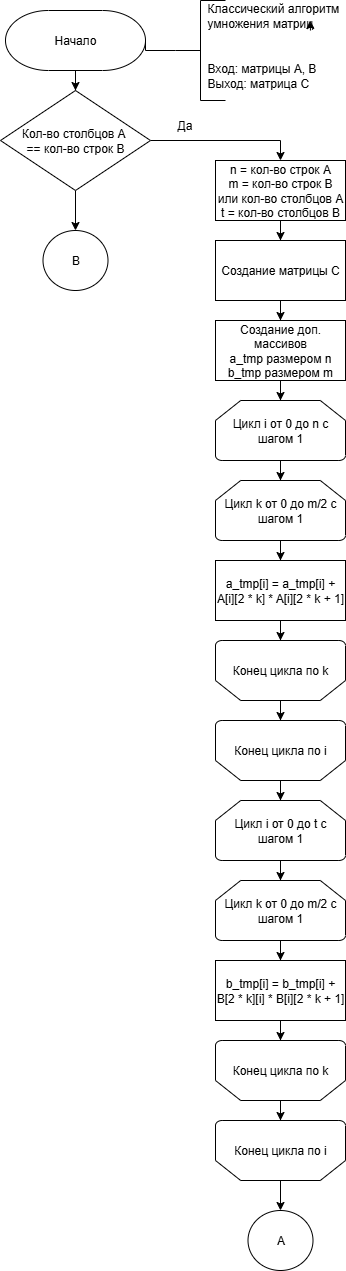
Above: Labs/lab_01/report/images/vinograd_scheme_1.png in Pricolistok/Algorithm-analysis (draw.io), before the change. Source tidied: cells renumbered, new cells last; positions are measured from the earlier drawing's top-left corner, leaving out a move shared by most shapes.
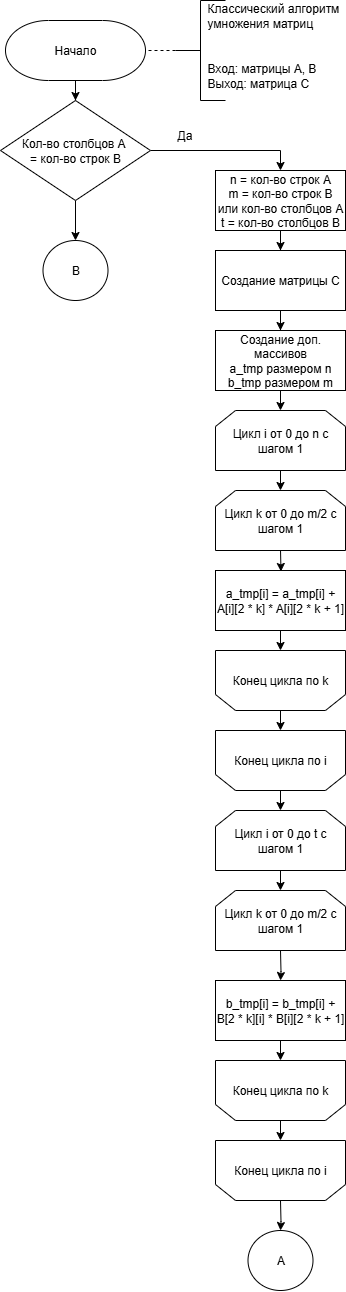
After the change.

What changed in the source:
```diff
@@ -14,7 +14,7 @@
     <mxCell id="5" style="edgeStyle=orthogonalEdgeStyle;rounded=0;jettySize=auto;html=1;strokeWidth=1;" parent="1" edge="1" source="6" target="38">
       <mxGeometry relative="1" as="geometry" />
     </mxCell>
-    <mxCell id="6" value="Кол-во столбцов А&amp;nbsp;&lt;div&gt;== кол-во строк В&lt;/div&gt;" style="strokeWidth=1;html=1;shape=mxgraph.flowchart.decision;whiteSpace=wrap;" parent="1" vertex="1">
+    <mxCell id="6" value="Кол-во столбцов А&amp;nbsp;&lt;div&gt;= кол-во строк В&lt;/div&gt;" style="strokeWidth=1;html=1;shape=mxgraph.flowchart.decision;whiteSpace=wrap;" parent="1" vertex="1">
       <mxGeometry y="90" width="150" height="100" as="geometry" />
     </mxCell>
     <mxCell id="7" style="edgeStyle=orthogonalEdgeStyle;rounded=0;jettySize=auto;html=1;strokeWidth=1;" parent="1" edge="1" source="8" target="10">
@@ -29,44 +29,36 @@
     <mxCell id="10" value="Создание матрицы С" style="rounded=0;whiteSpace=wrap;html=1;strokeWidth=1;" parent="1" vertex="1">
       <mxGeometry x="215" y="240" width="130" height="60" as="geometry" />
     </mxCell>
-    <mxCell id="11" value="Цикл i от 0 до n с шагом 1" style="strokeWidth=1;html=1;shape=mxgraph.flowchart.loop_limit;whiteSpace=wrap;" parent="1" vertex="1">
-      <mxGeometry x="215" y="400" width="130" height="60" as="geometry" />
-    </mxCell>
-    <mxCell id="12" style="edgeStyle=orthogonalEdgeStyle;rounded=0;jettySize=auto;html=1;strokeWidth=1;" parent="1" edge="1" source="13" target="15">
-      <mxGeometry relative="1" as="geometry" />
+    <mxCell id="12" style="edgeStyle=orthogonalEdgeStyle;rounded=0;jettySize=auto;html=1;strokeWidth=1;" parent="1" edge="1" target="15">
+      <mxGeometry relative="1" as="geometry">
+        <mxPoint x="280" y="540" as="sourcePoint" />
+      </mxGeometry>
     </mxCell>
-    <mxCell id="13" value="Цикл k от 0 до m/2 с шагом 1" style="strokeWidth=1;html=1;shape=mxgraph.flowchart.loop_limit;whiteSpace=wrap;" parent="1" vertex="1">
-      <mxGeometry x="215" y="480" width="130" height="60" as="geometry" />
-    </mxCell>
-    <mxCell id="14" style="edgeStyle=orthogonalEdgeStyle;rounded=0;jettySize=auto;html=1;strokeWidth=1;" parent="1" edge="1" source="15" target="17">
-      <mxGeometry relative="1" as="geometry" />
+    <mxCell id="14" style="edgeStyle=orthogonalEdgeStyle;rounded=0;jettySize=auto;html=1;strokeWidth=1;" parent="1" edge="1" source="15">
+      <mxGeometry relative="1" as="geometry">
+        <mxPoint x="280" y="640" as="targetPoint" />
+      </mxGeometry>
     </mxCell>
     <mxCell id="15" value="a_tmp[i] = a_tmp[i] + A[i][2 * k] * A[i][2 * k + 1]" style="rounded=0;whiteSpace=wrap;html=1;strokeWidth=1;" parent="1" vertex="1">
       <mxGeometry x="215" y="560" width="130" height="60" as="geometry" />
     </mxCell>
-    <mxCell id="16" style="edgeStyle=orthogonalEdgeStyle;rounded=0;jettySize=auto;html=1;strokeWidth=1;" parent="1" edge="1" source="17" target="18">
-      <mxGeometry relative="1" as="geometry" />
+    <mxCell id="16" style="edgeStyle=orthogonalEdgeStyle;rounded=0;orthogonalLoop=1;jettySize=auto;html=1;strokeWidth=1;" parent="1" edge="1">
+      <mxGeometry relative="1" as="geometry">
+        <mxPoint x="280" y="700" as="sourcePoint" />
+        <mxPoint x="280" y="720" as="targetPoint" />
+      </mxGeometry>
     </mxCell>
-    <mxCell id="17" value="Конец цикла по k" style="strokeWidth=1;html=1;shape=mxgraph.flowchart.loop_limit;whiteSpace=wrap;flipV=1;" parent="1" vertex="1">
-      <mxGeometry x="215" y="640" width="130" height="60" as="geometry" />
-    </mxCell>
-    <mxCell id="18" value="Конец цикла по i" style="strokeWidth=1;html=1;shape=mxgraph.flowchart.loop_limit;whiteSpace=wrap;flipV=1;" parent="1" vertex="1">
-      <mxGeometry x="215" y="720" width="130" height="60" as="geometry" />
-    </mxCell>
     <mxCell id="19" style="strokeWidth=1;html=1;shape=mxgraph.flowchart.annotation_2;align=left;labelPosition=right;" parent="1" vertex="1">
-      <mxGeometry x="175" width="50" height="100" as="geometry" />
+      <mxGeometry x="175" y="-10" width="50" height="100" as="geometry" />
     </mxCell>
-    <mxCell id="20" style="edgeStyle=orthogonalEdgeStyle;rounded=0;jettySize=auto;html=1;exitX=0;exitY=0.5;exitDx=0;exitDy=0;exitPerimeter=0;entryX=1;entryY=0.5;entryDx=0;entryDy=0;entryPerimeter=0;endArrow=none;endFill=0;strokeWidth=1;" parent="1" edge="1" source="19" target="3">
+    <mxCell id="20" style="edgeStyle=orthogonalEdgeStyle;rounded=0;jettySize=auto;html=1;exitX=0;exitY=0.5;exitDx=0;exitDy=0;exitPerimeter=0;entryX=1;entryY=0.5;entryDx=0;entryDy=0;entryPerimeter=0;endArrow=none;endFill=0;strokeWidth=1;dashed=1;" parent="1" edge="1" source="19" target="3">
       <mxGeometry relative="1" as="geometry" />
     </mxCell>
     <mxCell id="21" value="Классический алгоритм умножения матриц" style="text;strokeColor=none;align=left;fillColor=none;html=1;verticalAlign=middle;whiteSpace=wrap;rounded=0;strokeWidth=1;" parent="1" vertex="1">
-      <mxGeometry x="205" width="140" height="30" as="geometry" />
+      <mxGeometry x="205" y="-10" width="140" height="30" as="geometry" />
     </mxCell>
-    <mxCell id="22" style="edgeStyle=orthogonalEdgeStyle;rounded=0;orthogonalLoop=1;jettySize=auto;html=1;exitX=0.75;exitY=1;exitDx=0;exitDy=0;entryX=0.747;entryY=0.667;entryDx=0;entryDy=0;entryPerimeter=0;strokeWidth=1;" parent="1" edge="1" source="21" target="21">
-      <mxGeometry relative="1" as="geometry" />
-    </mxCell>
     <mxCell id="23" value="Вход: матрицы А, В&lt;div&gt;Выход: матрица С&lt;/div&gt;" style="text;strokeColor=none;align=left;fillColor=none;html=1;verticalAlign=middle;whiteSpace=wrap;rounded=0;strokeWidth=1;" parent="1" vertex="1">
-      <mxGeometry x="205" y="60" width="140" height="30" as="geometry" />
+      <mxGeometry x="205" y="50" width="140" height="30" as="geometry" />
     </mxCell>
     <mxCell id="24" value="Да" style="text;strokeColor=none;align=left;fillColor=none;html=1;verticalAlign=middle;whiteSpace=wrap;rounded=0;strokeWidth=1;" parent="1" vertex="1">
       <mxGeometry x="175" y="110" width="30" height="30" as="geometry" />
@@ -74,50 +66,82 @@
     <mxCell id="25" value="Создание доп. массивов&lt;div&gt;a_tmp размером n&lt;/div&gt;&lt;div&gt;b_tmp размером m&lt;/div&gt;" style="rounded=0;whiteSpace=wrap;html=1;strokeWidth=1;" parent="1" vertex="1">
       <mxGeometry x="215" y="320" width="130" height="60" as="geometry" />
     </mxCell>
-    <mxCell id="26" style="edgeStyle=orthogonalEdgeStyle;rounded=0;jettySize=auto;html=1;entryX=0.5;entryY=0;entryDx=0;entryDy=0;entryPerimeter=0;strokeWidth=1;" parent="1" edge="1" source="25" target="11">
-      <mxGeometry relative="1" as="geometry" />
+    <mxCell id="26" style="edgeStyle=orthogonalEdgeStyle;rounded=0;jettySize=auto;html=1;entryX=0.5;entryY=0;entryDx=0;entryDy=0;entryPerimeter=0;strokeWidth=1;" parent="1" edge="1" source="25">
+      <mxGeometry relative="1" as="geometry">
+        <mxPoint x="280" y="400" as="targetPoint" />
+      </mxGeometry>
     </mxCell>
-    <mxCell id="27" style="edgeStyle=orthogonalEdgeStyle;rounded=0;jettySize=auto;html=1;entryX=0.5;entryY=0;entryDx=0;entryDy=0;entryPerimeter=0;strokeWidth=1;" parent="1" edge="1" source="11" target="13">
-      <mxGeometry relative="1" as="geometry" />
+    <mxCell id="27" style="edgeStyle=orthogonalEdgeStyle;rounded=0;orthogonalLoop=1;jettySize=auto;html=1;entryX=0.5;entryY=0;entryDx=0;entryDy=0;entryPerimeter=0;strokeWidth=1;" parent="1" edge="1">
+      <mxGeometry relative="1" as="geometry">
+        <mxPoint x="280" y="460" as="sourcePoint" />
+        <mxPoint x="280" y="480" as="targetPoint" />
+      </mxGeometry>
     </mxCell>
-    <mxCell id="28" value="Цикл i от 0 до t с шагом 1" style="strokeWidth=1;html=1;shape=mxgraph.flowchart.loop_limit;whiteSpace=wrap;" parent="1" vertex="1">
-      <mxGeometry x="215" y="800" width="130" height="60" as="geometry" />
-    </mxCell>
-    <mxCell id="29" style="edgeStyle=orthogonalEdgeStyle;rounded=0;jettySize=auto;html=1;strokeWidth=1;" parent="1" edge="1" source="30" target="32">
-      <mxGeometry relative="1" as="geometry" />
+    <mxCell id="29" style="edgeStyle=orthogonalEdgeStyle;rounded=0;jettySize=auto;html=1;strokeWidth=1;" parent="1" edge="1" target="32">
+      <mxGeometry relative="1" as="geometry">
+        <mxPoint x="280" y="940" as="sourcePoint" />
+      </mxGeometry>
     </mxCell>
-    <mxCell id="30" value="Цикл k от 0 до m/2 с шагом 1" style="strokeWidth=1;html=1;shape=mxgraph.flowchart.loop_limit;whiteSpace=wrap;" parent="1" vertex="1">
-      <mxGeometry x="215" y="880" width="130" height="60" as="geometry" />
-    </mxCell>
-    <mxCell id="31" style="edgeStyle=orthogonalEdgeStyle;rounded=0;jettySize=auto;html=1;strokeWidth=1;" parent="1" edge="1" source="32" target="34">
-      <mxGeometry relative="1" as="geometry" />
+    <mxCell id="31" style="edgeStyle=orthogonalEdgeStyle;rounded=0;jettySize=auto;html=1;strokeWidth=1;" parent="1" edge="1" source="32">
+      <mxGeometry relative="1" as="geometry">
+        <mxPoint x="280" y="1050" as="targetPoint" />
+      </mxGeometry>
     </mxCell>
     <mxCell id="32" value="b_tmp[i] = b_tmp[i] + B[2 * k][i] * B[i][2 * k + 1]" style="rounded=0;whiteSpace=wrap;html=1;strokeWidth=1;" parent="1" vertex="1">
-      <mxGeometry x="215" y="960" width="130" height="60" as="geometry" />
+      <mxGeometry x="215" y="970" width="130" height="60" as="geometry" />
     </mxCell>
-    <mxCell id="33" style="edgeStyle=orthogonalEdgeStyle;rounded=0;jettySize=auto;html=1;strokeWidth=1;" parent="1" edge="1" source="34" target="36">
-      <mxGeometry relative="1" as="geometry" />
+    <mxCell id="33" style="edgeStyle=orthogonalEdgeStyle;rounded=0;orthogonalLoop=1;jettySize=auto;html=1;strokeWidth=1;" parent="1" edge="1">
+      <mxGeometry relative="1" as="geometry">
+        <mxPoint x="280" y="1110" as="sourcePoint" />
+        <mxPoint x="280" y="1130" as="targetPoint" />
+      </mxGeometry>
     </mxCell>
-    <mxCell id="34" value="Конец цикла по k" style="strokeWidth=1;html=1;shape=mxgraph.flowchart.loop_limit;whiteSpace=wrap;flipV=1;" parent="1" vertex="1">
-      <mxGeometry x="215" y="1040" width="130" height="60" as="geometry" />
-    </mxCell>
-    <mxCell id="35" style="edgeStyle=orthogonalEdgeStyle;rounded=0;jettySize=auto;html=1;strokeWidth=1;" parent="1" edge="1" source="36" target="39">
-      <mxGeometry relative="1" as="geometry" />
+    <mxCell id="35" style="edgeStyle=orthogonalEdgeStyle;rounded=0;jettySize=auto;html=1;strokeWidth=1;" parent="1" edge="1" target="39">
+      <mxGeometry relative="1" as="geometry">
+        <mxPoint x="280" y="1190" as="sourcePoint" />
+      </mxGeometry>
     </mxCell>
-    <mxCell id="36" value="Конец цикла по i" style="strokeWidth=1;html=1;shape=mxgraph.flowchart.loop_limit;whiteSpace=wrap;flipV=1;" parent="1" vertex="1">
-      <mxGeometry x="215" y="1120" width="130" height="60" as="geometry" />
-    </mxCell>
-    <mxCell id="37" style="edgeStyle=orthogonalEdgeStyle;rounded=0;jettySize=auto;html=1;entryX=0.5;entryY=0;entryDx=0;entryDy=0;entryPerimeter=0;strokeWidth=1;" parent="1" edge="1" source="28" target="30">
-      <mxGeometry relative="1" as="geometry" />
+    <mxCell id="37" style="edgeStyle=orthogonalEdgeStyle;rounded=0;orthogonalLoop=1;jettySize=auto;html=1;entryX=0.5;entryY=0;entryDx=0;entryDy=0;entryPerimeter=0;strokeWidth=1;" parent="1" edge="1">
+      <mxGeometry relative="1" as="geometry">
+        <mxPoint x="280" y="860" as="sourcePoint" />
+        <mxPoint x="280" y="880" as="targetPoint" />
+      </mxGeometry>
     </mxCell>
     <mxCell id="38" value="B" style="strokeWidth=1;html=1;shape=mxgraph.flowchart.start_2;whiteSpace=wrap;" parent="1" vertex="1">
       <mxGeometry x="42.5" y="230" width="65" height="60" as="geometry" />
     </mxCell>
     <mxCell id="39" value="A" style="strokeWidth=1;html=1;shape=mxgraph.flowchart.start_2;whiteSpace=wrap;" parent="1" vertex="1">
-      <mxGeometry x="247.5" y="1210" width="65" height="60" as="geometry" />
+      <mxGeometry x="247.5" y="1220" width="65" height="60" as="geometry" />
     </mxCell>
-    <mxCell id="40" style="edgeStyle=orthogonalEdgeStyle;rounded=0;jettySize=auto;html=1;entryX=0.5;entryY=0;entryDx=0;entryDy=0;entryPerimeter=0;strokeWidth=1;" parent="1" edge="1" source="18" target="28">
-      <mxGeometry relative="1" as="geometry" />
+    <mxCell id="40" style="edgeStyle=orthogonalEdgeStyle;rounded=0;orthogonalLoop=1;jettySize=auto;html=1;entryX=0.5;entryY=0;entryDx=0;entryDy=0;entryPerimeter=0;strokeWidth=1;" parent="1" edge="1">
+      <mxGeometry relative="1" as="geometry">
+        <mxPoint x="280" y="780" as="sourcePoint" />
+        <mxPoint x="280" y="800" as="targetPoint" />
+      </mxGeometry>
     </mxCell>
+    <mxCell id="11" value="Цикл i от 0 до n с шагом 1" style="shape=loopLimit;whiteSpace=wrap;html=1;" parent="1" vertex="1">
+      <mxGeometry x="215" y="400" width="130" height="60" as="geometry" />
+    </mxCell>
+    <mxCell id="41" value="Цикл k от 0 до m/2 с шагом 1" style="shape=loopLimit;whiteSpace=wrap;html=1;" parent="1" vertex="1">
+      <mxGeometry x="215" y="480" width="130" height="60" as="geometry" />
+    </mxCell>
+    <mxCell id="28" value="Цикл i от 0 до t с шагом 1" style="shape=loopLimit;whiteSpace=wrap;html=1;" parent="1" vertex="1">
+      <mxGeometry x="215" y="800" width="130" height="60" as="geometry" />
+    </mxCell>
+    <mxCell id="42" value="Цикл k от 0 до m/2 с шагом 1" style="shape=loopLimit;whiteSpace=wrap;html=1;" parent="1" vertex="1">
+      <mxGeometry x="215" y="880" width="130" height="60" as="geometry" />
+    </mxCell>
+    <mxCell id="43" value="Конец цикла по k" style="shape=loopLimit;whiteSpace=wrap;html=1;flipV=1;" parent="1" vertex="1">
+      <mxGeometry x="215" y="640" width="130" height="60" as="geometry" />
+    </mxCell>
+    <mxCell id="44" value="Конец цикла по i" style="shape=loopLimit;whiteSpace=wrap;html=1;flipV=1;" parent="1" vertex="1">
+      <mxGeometry x="215" y="720" width="130" height="60" as="geometry" />
+    </mxCell>
+    <mxCell id="45" value="Конец цикла по k" style="shape=loopLimit;whiteSpace=wrap;html=1;flipV=1;" parent="1" vertex="1">
+      <mxGeometry x="215" y="1050" width="130" height="60" as="geometry" />
+    </mxCell>
+    <mxCell id="46" value="Конец цикла по i" style="shape=loopLimit;whiteSpace=wrap;html=1;flipV=1;" parent="1" vertex="1">
+      <mxGeometry x="215" y="1130" width="130" height="60" as="geometry" />
+    </mxCell>
   </root>
 </mxGraphModel>
```
